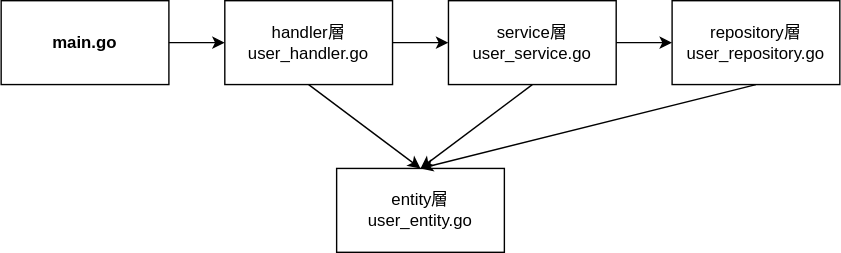
CCoE-in-the-future/junbanmachi keeps this draw.io diagram as back/docs/architecture.svg. Above is the earlier version. Source tidied: cells renumbered, new cells last; positions are measured from the earlier drawing's top-left corner, leaving out a move shared by most shapes. Its diagram source:
```xml
<mxGraphModel>
  <root>
    <mxCell id="0" />
    <mxCell id="1" parent="0" />
    <mxCell id="2" value="main.go" style="rounded=0;whiteSpace=wrap;html=1;fontStyle=1;" parent="1" vertex="1">
      <mxGeometry width="120" height="60" as="geometry" />
    </mxCell>
    <mxCell id="3" value="handler層&lt;br&gt;user_handler.go" style="rounded=0;whiteSpace=wrap;html=1;" parent="1" vertex="1">
      <mxGeometry x="160" width="120" height="60" as="geometry" />
    </mxCell>
    <mxCell id="4" value="service層&lt;br&gt;user_service.go" style="rounded=0;whiteSpace=wrap;html=1;" parent="1" vertex="1">
      <mxGeometry x="320" width="120" height="60" as="geometry" />
    </mxCell>
    <mxCell id="5" value="repository層&lt;br&gt;user_repository.go" style="rounded=0;whiteSpace=wrap;html=1;" parent="1" vertex="1">
      <mxGeometry x="480" width="120" height="60" as="geometry" />
    </mxCell>
    <mxCell id="6" value="entity層&lt;br&gt;user_entity.go" style="rounded=0;whiteSpace=wrap;html=1;" parent="1" vertex="1">
      <mxGeometry x="240" y="120" width="120" height="60" as="geometry" />
    </mxCell>
    <mxCell id="7" style="endArrow=classic;html=1;exitX=1;exitY=0.5;exitDx=0;exitDy=0;entryX=0;entryY=0.5;entryDx=0;entryDy=0;" parent="1" edge="1" source="2" target="3">
      <mxGeometry relative="1" as="geometry" />
    </mxCell>
    <mxCell id="8" style="endArrow=classic;html=1;" parent="1" edge="1" target="4">
      <mxGeometry relative="1" as="geometry">
        <mxPoint x="280" y="30" as="sourcePoint" />
      </mxGeometry>
    </mxCell>
    <mxCell id="9" style="endArrow=classic;html=1;entryX=0;entryY=0.5;entryDx=0;entryDy=0;exitX=1;exitY=0.5;exitDx=0;exitDy=0;" parent="1" edge="1" source="4" target="5">
      <mxGeometry relative="1" as="geometry" />
    </mxCell>
    <mxCell id="10" style="endArrow=classic;html=1;entryX=0.5;entryY=0;entryDx=0;entryDy=0;exitX=0.5;exitY=1;exitDx=0;exitDy=0;" parent="1" edge="1" source="5" target="6">
      <mxGeometry relative="1" as="geometry" />
    </mxCell>
    <mxCell id="11" style="endArrow=classic;html=1;entryX=0.5;entryY=0;entryDx=0;entryDy=0;exitX=0.5;exitY=1;exitDx=0;exitDy=0;" parent="1" edge="1" source="4" target="6">
      <mxGeometry relative="1" as="geometry" />
    </mxCell>
    <mxCell id="12" style="endArrow=classic;html=1;exitX=0.5;exitY=1;exitDx=0;exitDy=0;" parent="1" edge="1" source="3">
      <mxGeometry relative="1" as="geometry">
        <mxPoint x="300" y="120" as="targetPoint" />
      </mxGeometry>
    </mxCell>
  </root>
</mxGraphModel>
```
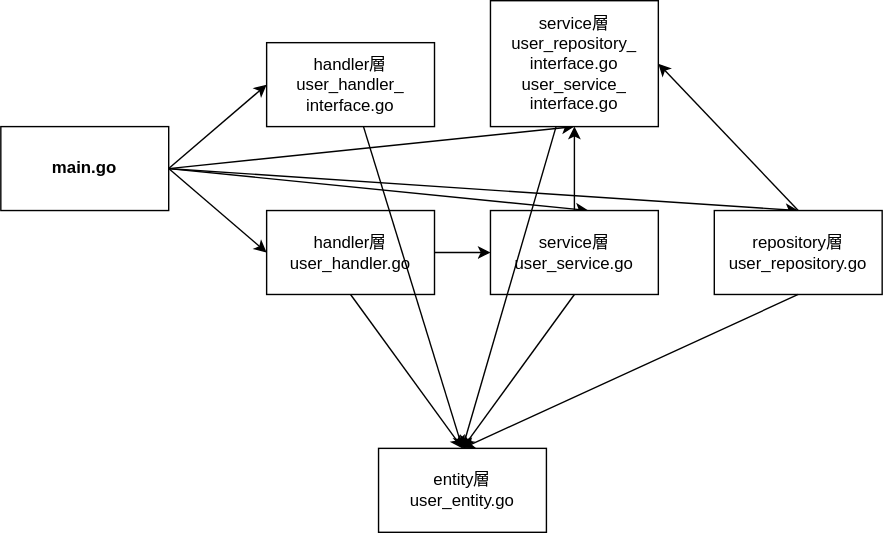
After the commit.

Diff of the diagram source:
```diff
@@ -2,20 +2,38 @@
   <root>
     <mxCell id="0" />
     <mxCell id="1" parent="0" />
+    <mxCell id="13" style="edgeStyle=none;html=1;entryX=0.5;entryY=1;entryDx=0;entryDy=0;exitX=1;exitY=0.5;exitDx=0;exitDy=0;" parent="1" edge="1" source="2" target="20">
+      <mxGeometry relative="1" as="geometry" />
+    </mxCell>
+    <mxCell id="14" style="edgeStyle=none;html=1;entryX=0.5;entryY=0;entryDx=0;entryDy=0;exitX=0.99;exitY=0.499;exitDx=0;exitDy=0;exitPerimeter=0;" parent="1" edge="1" source="2" target="5">
+      <mxGeometry relative="1" as="geometry" />
+    </mxCell>
+    <mxCell id="15" style="edgeStyle=none;html=1;entryX=0.583;entryY=0;entryDx=0;entryDy=0;entryPerimeter=0;exitX=1;exitY=0.5;exitDx=0;exitDy=0;" parent="1" edge="1" source="2" target="4">
+      <mxGeometry relative="1" as="geometry" />
+    </mxCell>
     <mxCell id="2" value="main.go" style="rounded=0;whiteSpace=wrap;html=1;fontStyle=1;" parent="1" vertex="1">
-      <mxGeometry width="120" height="60" as="geometry" />
+      <mxGeometry x="-30" y="-60" width="120" height="60" as="geometry" />
     </mxCell>
+    <mxCell id="16" style="edgeStyle=none;html=1;exitX=1;exitY=0.5;exitDx=0;exitDy=0;entryX=0;entryY=0.5;entryDx=0;entryDy=0;" parent="1" edge="1" source="2" target="22">
+      <mxGeometry relative="1" as="geometry" />
+    </mxCell>
     <mxCell id="3" value="handler層&lt;br&gt;user_handler.go" style="rounded=0;whiteSpace=wrap;html=1;" parent="1" vertex="1">
       <mxGeometry x="160" width="120" height="60" as="geometry" />
     </mxCell>
+    <mxCell id="17" style="edgeStyle=none;html=1;entryX=0.5;entryY=1;entryDx=0;entryDy=0;" parent="1" edge="1" source="4" target="20">
+      <mxGeometry relative="1" as="geometry" />
+    </mxCell>
     <mxCell id="4" value="service層&lt;br&gt;user_service.go" style="rounded=0;whiteSpace=wrap;html=1;" parent="1" vertex="1">
       <mxGeometry x="320" width="120" height="60" as="geometry" />
     </mxCell>
+    <mxCell id="18" style="edgeStyle=none;html=1;entryX=1;entryY=0.5;entryDx=0;entryDy=0;exitX=0.5;exitY=0;exitDx=0;exitDy=0;" parent="1" edge="1" source="5" target="20">
+      <mxGeometry relative="1" as="geometry" />
+    </mxCell>
     <mxCell id="5" value="repository層&lt;br&gt;user_repository.go" style="rounded=0;whiteSpace=wrap;html=1;" parent="1" vertex="1">
       <mxGeometry x="480" width="120" height="60" as="geometry" />
     </mxCell>
     <mxCell id="6" value="entity層&lt;br&gt;user_entity.go" style="rounded=0;whiteSpace=wrap;html=1;" parent="1" vertex="1">
-      <mxGeometry x="240" y="120" width="120" height="60" as="geometry" />
+      <mxGeometry x="240" y="170" width="120" height="60" as="geometry" />
     </mxCell>
     <mxCell id="7" style="endArrow=classic;html=1;exitX=1;exitY=0.5;exitDx=0;exitDy=0;entryX=0;entryY=0.5;entryDx=0;entryDy=0;" parent="1" edge="1" source="2" target="3">
       <mxGeometry relative="1" as="geometry" />
@@ -25,19 +43,28 @@
         <mxPoint x="280" y="30" as="sourcePoint" />
       </mxGeometry>
     </mxCell>
-    <mxCell id="9" style="endArrow=classic;html=1;entryX=0;entryY=0.5;entryDx=0;entryDy=0;exitX=1;exitY=0.5;exitDx=0;exitDy=0;" parent="1" edge="1" source="4" target="5">
-      <mxGeometry relative="1" as="geometry" />
-    </mxCell>
     <mxCell id="10" style="endArrow=classic;html=1;entryX=0.5;entryY=0;entryDx=0;entryDy=0;exitX=0.5;exitY=1;exitDx=0;exitDy=0;" parent="1" edge="1" source="5" target="6">
       <mxGeometry relative="1" as="geometry" />
     </mxCell>
     <mxCell id="11" style="endArrow=classic;html=1;entryX=0.5;entryY=0;entryDx=0;entryDy=0;exitX=0.5;exitY=1;exitDx=0;exitDy=0;" parent="1" edge="1" source="4" target="6">
       <mxGeometry relative="1" as="geometry" />
     </mxCell>
-    <mxCell id="12" style="endArrow=classic;html=1;exitX=0.5;exitY=1;exitDx=0;exitDy=0;" parent="1" edge="1" source="3">
-      <mxGeometry relative="1" as="geometry">
-        <mxPoint x="300" y="120" as="targetPoint" />
-      </mxGeometry>
+    <mxCell id="12" style="endArrow=classic;html=1;exitX=0.5;exitY=1;exitDx=0;exitDy=0;entryX=0.5;entryY=0;entryDx=0;entryDy=0;" parent="1" edge="1" source="3" target="6">
+      <mxGeometry relative="1" as="geometry" />
     </mxCell>
+    <mxCell id="19" style="edgeStyle=none;html=1;" parent="1" edge="1" source="20">
+      <mxGeometry relative="1" as="geometry">
+        <mxPoint x="300" y="170" as="targetPoint" />
+      </mxGeometry>
+    </mxCell>
+    <mxCell id="20" value="service層&lt;br&gt;user_repository_&lt;br&gt;interface.go&lt;br&gt;user_service_&lt;br&gt;interface.go" style="rounded=0;whiteSpace=wrap;html=1;" parent="1" vertex="1">
+      <mxGeometry x="320" y="-150" width="120" height="90" as="geometry" />
+    </mxCell>
+    <mxCell id="21" style="edgeStyle=none;html=1;entryX=0.5;entryY=0;entryDx=0;entryDy=0;" parent="1" edge="1" source="22" target="6">
+      <mxGeometry relative="1" as="geometry" />
+    </mxCell>
+    <mxCell id="22" value="handler層&lt;br&gt;user_handler_&lt;br&gt;interface.go" style="rounded=0;whiteSpace=wrap;html=1;" parent="1" vertex="1">
+      <mxGeometry x="160" y="-120" width="120" height="60" as="geometry" />
+    </mxCell>
   </root>
 </mxGraphModel>
```
